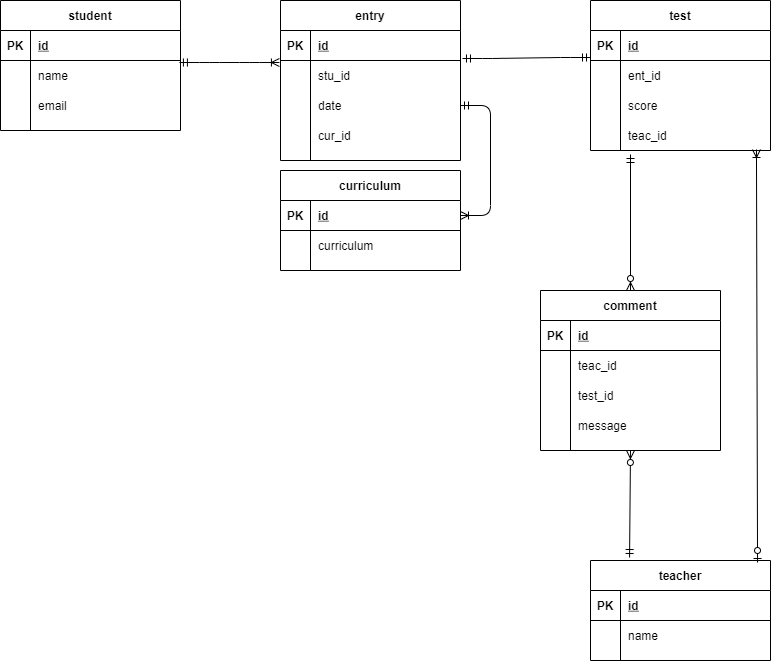
Above: index.drawio.png in i-system-yaa999/Database_Chapter8_EX (draw.io), before the change. Source tidied: cells renumbered, new cells last; positions are measured from the earlier drawing's top-left corner, leaving out a move shared by most shapes.
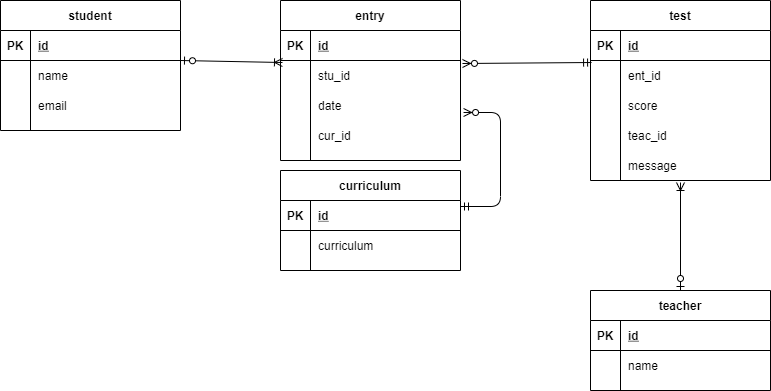
Above is the later version.

Change to the diagram source:
```diff
@@ -33,7 +33,7 @@
       <mxGeometry x="30" width="150" height="30" as="geometry" />
     </mxCell>
     <mxCell id="12" value="test" style="shape=table;startSize=30;rowLines=0;fontStyle=1;align=center;" parent="1" vertex="1">
-      <mxGeometry x="590" width="180" height="150" as="geometry" />
+      <mxGeometry x="590" width="180" height="180" as="geometry" />
     </mxCell>
     <mxCell id="13" style="shape=partialRectangle;fillColor=none;top=0;left=0;bottom=1;right=0;points=[[0,0.5],[1,0.5]];portConstraint=eastwest;" parent="12" vertex="1">
       <mxGeometry y="30" width="180" height="30" as="geometry" />
@@ -71,6 +71,15 @@
     <mxCell id="24" value="teac_id" style="shape=partialRectangle;fillColor=none;top=0;left=0;bottom=0;right=0;align=left;spacingLeft=6;overflow=hidden;" parent="22" vertex="1">
       <mxGeometry x="30" width="150" height="30" as="geometry" />
     </mxCell>
+    <mxCell id="71" style="shape=partialRectangle;fillColor=none;top=0;left=0;bottom=0;right=0;" parent="12" vertex="1">
+      <mxGeometry y="150" width="180" height="30" as="geometry" />
+    </mxCell>
+    <mxCell id="72" style="shape=partialRectangle;fillColor=none;top=0;left=0;bottom=0;right=0;overflow=hidden;" parent="71" vertex="1">
+      <mxGeometry width="30" height="30" as="geometry" />
+    </mxCell>
+    <mxCell id="57" value="message" style="shape=partialRectangle;fillColor=none;top=0;left=0;bottom=0;right=0;align=left;spacingLeft=6;overflow=hidden;" parent="71" vertex="1">
+      <mxGeometry x="30" width="150" height="30" as="geometry" />
+    </mxCell>
     <mxCell id="25" value="entry" style="shape=table;startSize=30;rowLines=0;fontStyle=1;align=center;" parent="1" vertex="1">
       <mxGeometry x="280" width="180" height="160" as="geometry" />
     </mxCell>
@@ -111,7 +120,7 @@
       <mxGeometry x="30" width="150" height="30" as="geometry" />
     </mxCell>
     <mxCell id="38" value="teacher" style="shape=table;startSize=30;rowLines=0;fontStyle=1;align=center;" parent="1" vertex="1">
-      <mxGeometry x="590" y="560" width="180" height="100" as="geometry" />
+      <mxGeometry x="590" y="290" width="180" height="100" as="geometry" />
     </mxCell>
     <mxCell id="39" style="shape=partialRectangle;fillColor=none;top=0;left=0;bottom=1;right=0;" parent="38" vertex="1">
       <mxGeometry y="30" width="180" height="30" as="geometry" />
@@ -131,51 +140,6 @@
     <mxCell id="44" value="name" style="shape=partialRectangle;fillColor=none;top=0;left=0;bottom=0;right=0;align=left;spacingLeft=6;overflow=hidden;" parent="42" vertex="1">
       <mxGeometry x="30" width="150" height="30" as="geometry" />
     </mxCell>
-    <mxCell id="45" value="comment" style="shape=table;startSize=30;rowLines=0;fontStyle=1;align=center;" parent="1" vertex="1">
-      <mxGeometry x="540" y="290" width="180" height="160" as="geometry" />
-    </mxCell>
-    <mxCell id="46" style="shape=partialRectangle;fillColor=none;top=0;left=0;bottom=1;right=0;" parent="45" vertex="1">
-      <mxGeometry y="30" width="180" height="30" as="geometry" />
-    </mxCell>
-    <mxCell id="47" value="PK" style="shape=partialRectangle;fillColor=none;top=0;left=0;bottom=0;right=0;fontStyle=1;overflow=hidden;" parent="46" vertex="1">
-      <mxGeometry width="30" height="30" as="geometry" />
-    </mxCell>
-    <mxCell id="48" value="id" style="shape=partialRectangle;fillColor=none;top=0;left=0;bottom=0;right=0;align=left;spacingLeft=6;fontStyle=5;overflow=hidden;" parent="46" vertex="1">
-      <mxGeometry x="30" width="150" height="30" as="geometry" />
-    </mxCell>
-    <mxCell id="49" style="shape=partialRectangle;fillColor=none;top=0;left=0;bottom=0;right=0;" parent="45" vertex="1">
-      <mxGeometry y="60" width="180" height="30" as="geometry" />
-    </mxCell>
-    <mxCell id="50" style="shape=partialRectangle;fillColor=none;top=0;left=0;bottom=0;right=0;overflow=hidden;" parent="49" vertex="1">
-      <mxGeometry width="30" height="30" as="geometry" />
-    </mxCell>
-    <mxCell id="51" value="teac_id" style="shape=partialRectangle;fillColor=none;top=0;left=0;bottom=0;right=0;align=left;spacingLeft=6;overflow=hidden;" parent="49" vertex="1">
-      <mxGeometry x="30" width="150" height="30" as="geometry" />
-    </mxCell>
-    <mxCell id="52" style="shape=partialRectangle;fillColor=none;top=0;left=0;bottom=0;right=0;" parent="45" vertex="1">
-      <mxGeometry y="90" width="180" height="30" as="geometry" />
-    </mxCell>
-    <mxCell id="53" style="shape=partialRectangle;fillColor=none;top=0;left=0;bottom=0;right=0;overflow=hidden;" parent="52" vertex="1">
-      <mxGeometry width="30" height="30" as="geometry" />
-    </mxCell>
-    <mxCell id="54" value="test_id" style="shape=partialRectangle;fillColor=none;top=0;left=0;bottom=0;right=0;align=left;spacingLeft=6;overflow=hidden;" parent="52" vertex="1">
-      <mxGeometry x="30" width="150" height="30" as="geometry" />
-    </mxCell>
-    <mxCell id="55" style="shape=partialRectangle;fillColor=none;top=0;left=0;bottom=0;right=0;" parent="45" vertex="1">
-      <mxGeometry y="120" width="180" height="30" as="geometry" />
-    </mxCell>
-    <mxCell id="56" style="shape=partialRectangle;fillColor=none;top=0;left=0;bottom=0;right=0;overflow=hidden;" parent="55" vertex="1">
-      <mxGeometry width="30" height="30" as="geometry" />
-    </mxCell>
-    <mxCell id="57" value="message" style="shape=partialRectangle;fillColor=none;top=0;left=0;bottom=0;right=0;align=left;spacingLeft=6;overflow=hidden;" parent="55" vertex="1">
-      <mxGeometry x="30" width="150" height="30" as="geometry" />
-    </mxCell>
-    <mxCell id="58" style="fontSize=12;html=1;endArrow=ERzeroToMany;startArrow=ERmandOne;exitX=0.217;exitY=-0.03;exitDx=0;exitDy=0;exitPerimeter=0;entryX=0.5;entryY=1;entryDx=0;entryDy=0;" parent="1" edge="1" source="38" target="45">
-      <mxGeometry relative="1" as="geometry" />
-    </mxCell>
-    <mxCell id="59" style="edgeStyle=entityRelationEdgeStyle;fontSize=12;html=1;endArrow=ERoneToMany;startArrow=ERmandOne;exitX=0.994;exitY=0.067;exitDx=0;exitDy=0;exitPerimeter=0;entryX=-0.006;entryY=0.067;entryDx=0;entryDy=0;entryPerimeter=0;" parent="1" edge="1" source="6" target="29">
-      <mxGeometry relative="1" as="geometry" />
-    </mxCell>
     <mxCell id="60" value="curriculum" style="shape=table;startSize=30;rowLines=0;fontStyle=1;align=center;" parent="1" vertex="1">
       <mxGeometry x="280" y="170" width="180" height="100" as="geometry" />
     </mxCell>
@@ -197,19 +161,24 @@
     <mxCell id="66" value="curriculum" style="shape=partialRectangle;fillColor=none;top=0;left=0;bottom=0;right=0;align=left;spacingLeft=6;overflow=hidden;" parent="64" vertex="1">
       <mxGeometry x="30" width="150" height="30" as="geometry" />
     </mxCell>
-    <mxCell id="67" style="edgeStyle=entityRelationEdgeStyle;fontSize=12;html=1;endArrow=ERoneToMany;startArrow=ERmandOne;exitX=1;exitY=0.5;exitDx=0;exitDy=0;entryX=1;entryY=0.5;entryDx=0;entryDy=0;" parent="1" edge="1" source="32" target="61">
-      <mxGeometry relative="1" as="geometry" />
-    </mxCell>
-    <mxCell id="68" style="edgeStyle=entityRelationEdgeStyle;fontSize=12;html=1;endArrow=ERmandOne;startArrow=ERmandOne;exitX=1.011;exitY=-0.067;exitDx=0;exitDy=0;exitPerimeter=0;entryX=0;entryY=0.9;entryDx=0;entryDy=0;entryPerimeter=0;" parent="1" edge="1" source="29" target="13">
-      <mxGeometry relative="1" as="geometry" />
-    </mxCell>
-    <mxCell id="69" style="fontSize=12;html=1;endArrow=ERoneToMany;startArrow=ERzeroToOne;entryX=0.922;entryY=0.967;entryDx=0;entryDy=0;entryPerimeter=0;exitX=0.928;exitY=0.02;exitDx=0;exitDy=0;exitPerimeter=0;" parent="1" edge="1" source="38" target="22">
-      <mxGeometry relative="1" as="geometry" />
+    <mxCell id="69" style="fontSize=12;html=1;endArrow=ERoneToMany;startArrow=ERzeroToOne;exitX=0.5;exitY=0;exitDx=0;exitDy=0;" parent="1" edge="1" source="38">
+      <mxGeometry relative="1" as="geometry">
+        <mxPoint x="680" y="182" as="targetPoint" />
+      </mxGeometry>
     </mxCell>
-    <mxCell id="70" style="fontSize=12;html=1;endArrow=ERzeroToMany;startArrow=ERmandOne;entryX=0.5;entryY=0;entryDx=0;entryDy=0;" parent="1" edge="1" target="45">
-      <mxGeometry relative="1" as="geometry">
-        <mxPoint x="630" y="154" as="sourcePoint" />
-      </mxGeometry>
-    </mxCell>
+    <mxCell id="59" style="fontSize=12;html=1;endArrow=ERoneToMany;startArrow=ERzeroToOne;exitX=1;exitY=0;exitDx=0;exitDy=0;exitPerimeter=0;entryX=0.011;entryY=0.067;entryDx=0;entryDy=0;entryPerimeter=0;" parent="1" edge="1" source="6" target="29">
+      <mxGeometry relative="1" as="geometry" />
+    </mxCell>
+    <mxCell id="73" style="fontSize=12;html=1;endArrow=ERzeroToMany;startArrow=ERmandOne;entryX=1.017;entryY=0.733;entryDx=0;entryDy=0;entryPerimeter=0;exitX=1;exitY=0.2;exitDx=0;exitDy=0;exitPerimeter=0;edgeStyle=orthogonalEdgeStyle;" parent="1" edge="1" source="61" target="32">
+      <mxGeometry relative="1" as="geometry">
+        <Array as="points">
+          <mxPoint x="500" y="206" />
+          <mxPoint x="500" y="112" />
+        </Array>
+      </mxGeometry>
+    </mxCell>
+    <mxCell id="74" style="fontSize=12;html=1;endArrow=ERzeroToMany;startArrow=ERmandOne;entryX=1.011;entryY=0.1;entryDx=0;entryDy=0;entryPerimeter=0;exitX=0.006;exitY=0.067;exitDx=0;exitDy=0;exitPerimeter=0;" parent="1" edge="1" source="16" target="29">
+      <mxGeometry relative="1" as="geometry" />
+    </mxCell>
   </root>
 </mxGraphModel>
```
